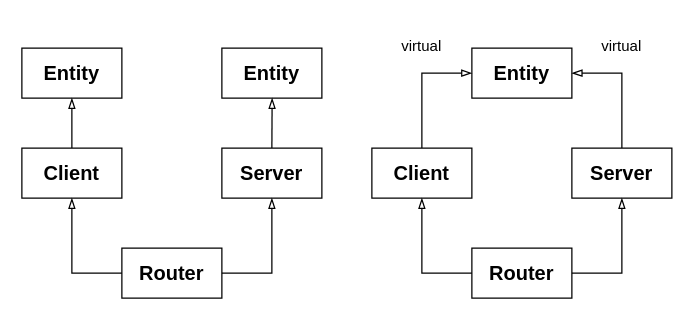
Before: projects/examples/source/03.02.08.drawio in i-s-m-mipt/Education, a draw.io diagram. Source tidied: cells renumbered, new cells numbered last; positions are measured from the earlier drawing's top-left corner, leaving out a move shared by most shapes. Both pictures are drawn from the tidied source at 125%, with x=0, y=0 at pixel (21, 21).
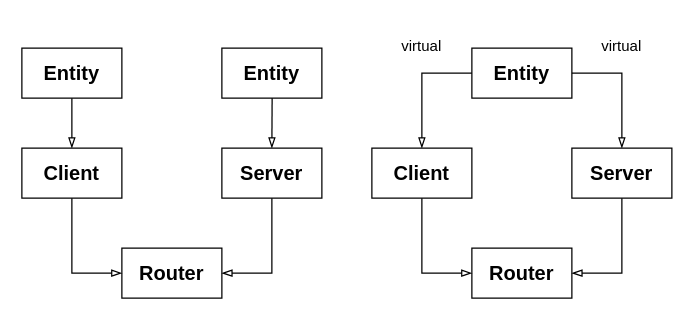
The same diagram, later.

The change refers to these unchanged cells:
```xml
<mxCell id="7" value="&lt;b&gt;&lt;font face=&quot;Helvetica&quot; style=&quot;font-size: 16px;&quot;&gt;Client&lt;/font&gt;&lt;/b&gt;" style="rounded=0;whiteSpace=wrap;html=1;" parent="1" vertex="1">
  <mxGeometry y="101" width="80" height="40" as="geometry" />
</mxCell>
<mxCell id="8" value="&lt;b&gt;&lt;font face=&quot;Helvetica&quot; style=&quot;font-size: 16px;&quot;&gt;Server&lt;/font&gt;&lt;/b&gt;" style="rounded=0;whiteSpace=wrap;html=1;" parent="1" vertex="1">
  <mxGeometry x="160" y="101" width="80" height="40" as="geometry" />
</mxCell>
<mxCell id="9" value="&lt;b&gt;&lt;font face=&quot;Helvetica&quot; style=&quot;font-size: 16px;&quot;&gt;Router&lt;/font&gt;&lt;/b&gt;" style="rounded=0;whiteSpace=wrap;html=1;" parent="1" vertex="1">
  <mxGeometry x="80" y="181" width="80" height="40" as="geometry" />
</mxCell>
<mxCell id="14" value="&lt;b&gt;&lt;font face=&quot;Helvetica&quot; style=&quot;font-size: 16px;&quot;&gt;Entity&lt;/font&gt;&lt;/b&gt;" style="rounded=0;whiteSpace=wrap;html=1;fillColor=none;" parent="1" vertex="1">
  <mxGeometry x="360" y="21" width="80" height="40" as="geometry" />
</mxCell>
<mxCell id="15" value="&lt;b&gt;&lt;font face=&quot;Helvetica&quot; style=&quot;font-size: 16px;&quot;&gt;Client&lt;/font&gt;&lt;/b&gt;" style="rounded=0;whiteSpace=wrap;html=1;" parent="1" vertex="1">
  <mxGeometry x="280" y="101" width="80" height="40" as="geometry" />
</mxCell>
<mxCell id="16" value="&lt;b&gt;&lt;font face=&quot;Helvetica&quot; style=&quot;font-size: 16px;&quot;&gt;Server&lt;/font&gt;&lt;/b&gt;" style="rounded=0;whiteSpace=wrap;html=1;" parent="1" vertex="1">
  <mxGeometry x="440" y="101" width="80" height="40" as="geometry" />
</mxCell>
<mxCell id="17" value="&lt;b&gt;&lt;font face=&quot;Helvetica&quot; style=&quot;font-size: 16px;&quot;&gt;Router&lt;/font&gt;&lt;/b&gt;" style="rounded=0;whiteSpace=wrap;html=1;" parent="1" vertex="1">
  <mxGeometry x="360" y="181" width="80" height="40" as="geometry" />
</mxCell>
```

Change to the diagram source:
```diff
@@
-    <mxCell id="2" style="endArrow=blockThin;html=1;rounded=0;exitX=0.5;exitY=0;exitDx=0;exitDy=0;entryX=0.5;entryY=1;entryDx=0;entryDy=0;endFill=0;" parent="1" edge="1">
+    <mxCell id="2" style="endArrow=none;html=1;rounded=0;exitX=0.5;exitY=0;exitDx=0;exitDy=0;entryX=0.5;entryY=1;entryDx=0;entryDy=0;endFill=0;startFill=0;startArrow=blockThin;" parent="1" edge="1">
       <mxGeometry relative="1" as="geometry">
         <mxPoint x="40" y="101" as="sourcePoint" />
         <mxPoint x="40" y="61" as="targetPoint" />
       </mxGeometry>
     </mxCell>
-    <mxCell id="3" style="endArrow=blockThin;html=1;rounded=0;exitX=0.5;exitY=0;exitDx=0;exitDy=0;entryX=0.5;entryY=1;entryDx=0;entryDy=0;endFill=0;" parent="1" edge="1">
+    <mxCell id="3" style="endArrow=none;html=1;rounded=0;exitX=0.5;exitY=0;exitDx=0;exitDy=0;entryX=0.5;entryY=1;entryDx=0;entryDy=0;endFill=0;startFill=0;startArrow=blockThin;" parent="1" edge="1">
       <mxGeometry relative="1" as="geometry">
         <mxPoint x="200" y="101" as="sourcePoint" />
         <mxPoint x="200.2" y="61" as="targetPoint" />
       </mxGeometry>
     </mxCell>
@@
-    <mxCell id="10" style="endArrow=blockThin;html=1;rounded=0;exitX=1;exitY=0.5;exitDx=0;exitDy=0;entryX=0.5;entryY=1;entryDx=0;entryDy=0;endFill=0;" parent="1" edge="1" source="9" target="8">
+    <mxCell id="10" style="endArrow=none;html=1;rounded=0;exitX=1;exitY=0.5;exitDx=0;exitDy=0;entryX=0.5;entryY=1;entryDx=0;entryDy=0;endFill=0;startFill=0;startArrow=blockThin;" parent="1" edge="1" source="9" target="8">
       <mxGeometry relative="1" as="geometry">
         <Array as="points">
           <mxPoint x="200" y="201" />
         </Array>
       </mxGeometry>
     </mxCell>
-    <mxCell id="11" style="endArrow=blockThin;html=1;rounded=0;exitX=0;exitY=0.5;exitDx=0;exitDy=0;entryX=0.5;entryY=1;entryDx=0;entryDy=0;endFill=0;" parent="1" edge="1" source="9" target="7">
+    <mxCell id="11" style="endArrow=none;html=1;rounded=0;exitX=0;exitY=0.5;exitDx=0;exitDy=0;entryX=0.5;entryY=1;entryDx=0;entryDy=0;endFill=0;startFill=0;startArrow=blockThin;" parent="1" edge="1" source="9" target="7">
       <mxGeometry relative="1" as="geometry">
         <Array as="points">
           <mxPoint x="40" y="201" />
         </Array>
       </mxGeometry>
     </mxCell>
-    <mxCell id="12" style="endArrow=blockThin;html=1;rounded=0;exitX=0.5;exitY=0;exitDx=0;exitDy=0;entryX=0;entryY=0.5;entryDx=0;entryDy=0;endFill=0;" parent="1" edge="1" target="14">
+    <mxCell id="12" style="endArrow=none;html=1;rounded=0;exitX=0.5;exitY=0;exitDx=0;exitDy=0;entryX=0;entryY=0.5;entryDx=0;entryDy=0;endFill=0;startFill=0;startArrow=blockThin;" parent="1" edge="1" target="14">
       <mxGeometry relative="1" as="geometry">
         <mxPoint x="320" y="101" as="sourcePoint" />
         <Array as="points">
           <mxPoint x="320" y="41" />
         </Array>
       </mxGeometry>
     </mxCell>
-    <mxCell id="13" style="endArrow=blockThin;html=1;rounded=0;exitX=0.5;exitY=0;exitDx=0;exitDy=0;entryX=1;entryY=0.5;entryDx=0;entryDy=0;endFill=0;" parent="1" edge="1" target="14">
+    <mxCell id="13" style="endArrow=none;html=1;rounded=0;exitX=0.5;exitY=0;exitDx=0;exitDy=0;entryX=1;entryY=0.5;entryDx=0;entryDy=0;endFill=0;startFill=0;startArrow=blockThin;" parent="1" edge="1" target="14">
       <mxGeometry relative="1" as="geometry">
         <mxPoint x="480" y="101" as="sourcePoint" />
         <Array as="points">
           <mxPoint x="480" y="41" />
         </Array>
       </mxGeometry>
     </mxCell>
@@
-    <mxCell id="18" style="endArrow=blockThin;html=1;rounded=0;exitX=1;exitY=0.5;exitDx=0;exitDy=0;entryX=0.5;entryY=1;entryDx=0;entryDy=0;endFill=0;" parent="1" edge="1" source="17" target="16">
+    <mxCell id="18" style="endArrow=none;html=1;rounded=0;exitX=1;exitY=0.5;exitDx=0;exitDy=0;entryX=0.5;entryY=1;entryDx=0;entryDy=0;endFill=0;startFill=0;startArrow=blockThin;" parent="1" edge="1" source="17" target="16">
       <mxGeometry relative="1" as="geometry">
         <Array as="points">
           <mxPoint x="480" y="201" />
         </Array>
       </mxGeometry>
     </mxCell>
-    <mxCell id="19" style="endArrow=blockThin;html=1;rounded=0;exitX=0;exitY=0.5;exitDx=0;exitDy=0;entryX=0.5;entryY=1;entryDx=0;entryDy=0;endFill=0;" parent="1" edge="1" source="17" target="15">
+    <mxCell id="19" style="endArrow=none;html=1;rounded=0;exitX=0;exitY=0.5;exitDx=0;exitDy=0;entryX=0.5;entryY=1;entryDx=0;entryDy=0;endFill=0;startFill=0;startArrow=blockThin;" parent="1" edge="1" source="17" target="15">
       <mxGeometry relative="1" as="geometry">
         <Array as="points">
           <mxPoint x="320" y="201" />
         </Array>
       </mxGeometry>
     </mxCell>
```
